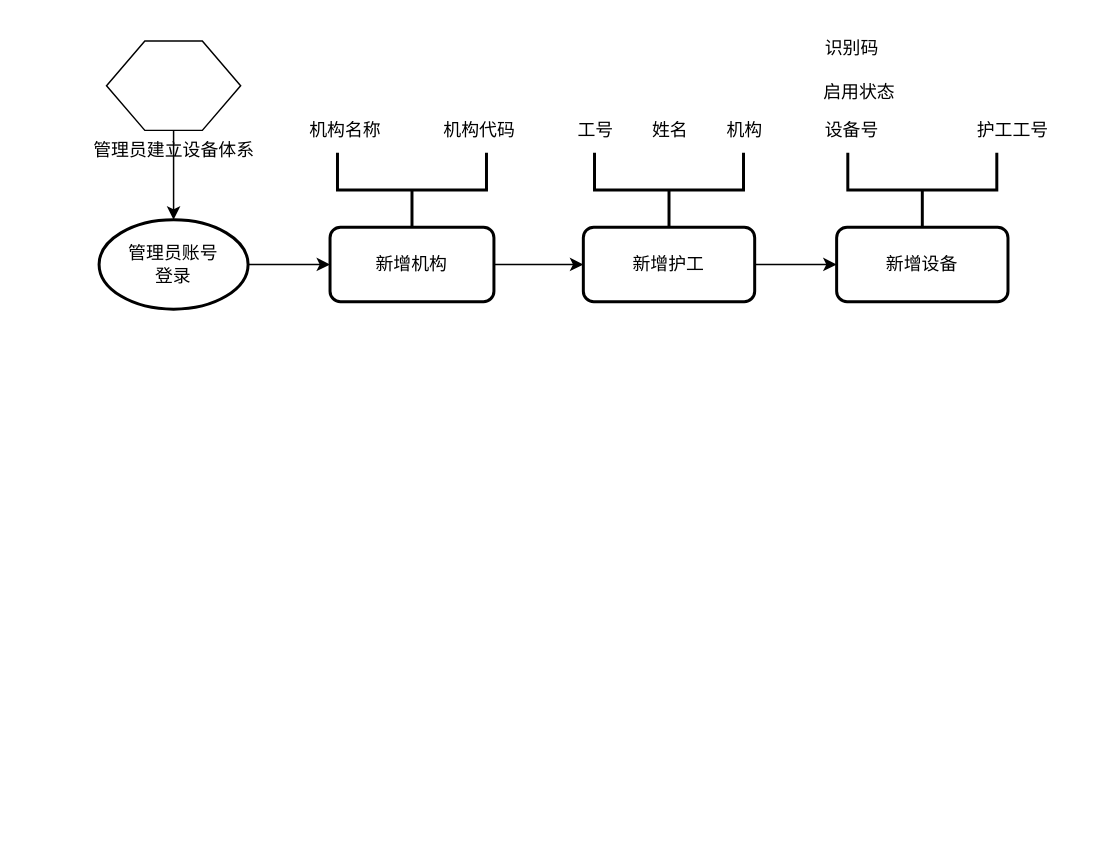
This is 雷达.drawio from star-devil/diagramsFiles, a draw.io file, before an edit. Source tidied: cells renumbered, new cells numbered last; positions are measured from the earlier drawing's top-left corner, leaving out a move shared by most shapes. Both pictures are drawn from the tidied source at 149%, with x=0, y=0 at pixel (98, 25).
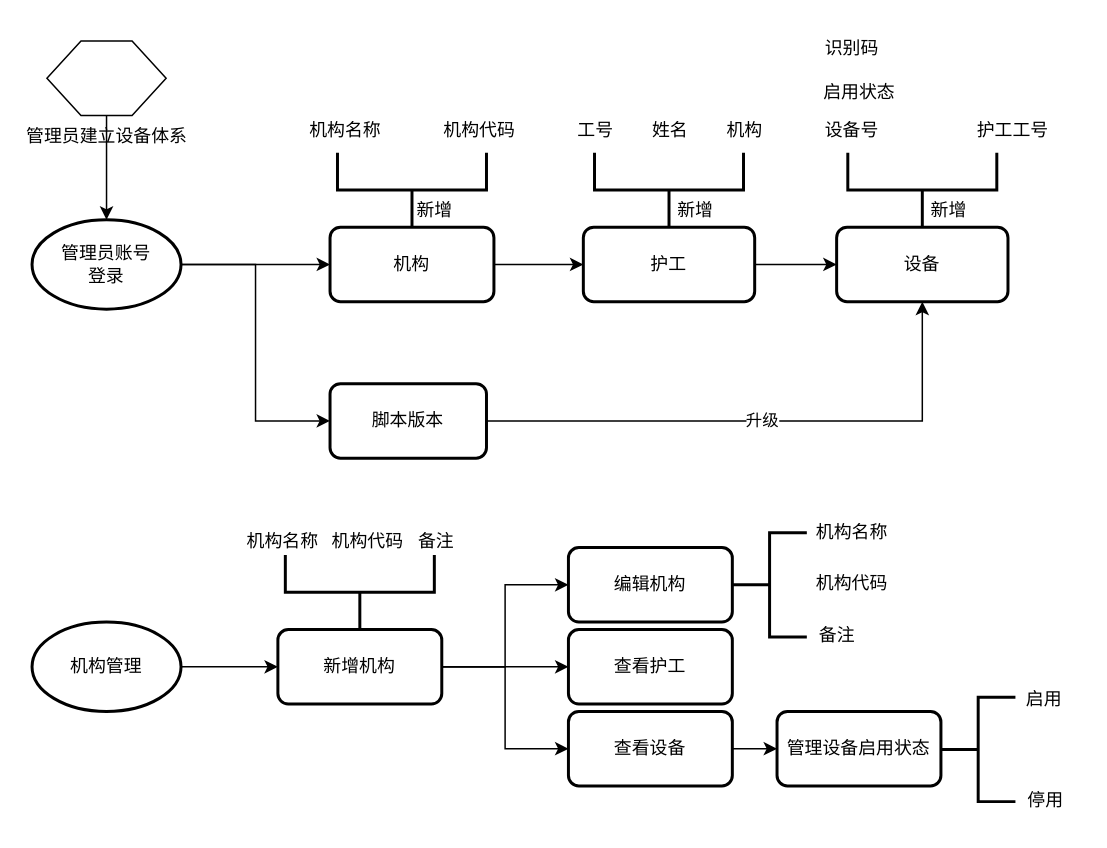
The same diagram, later.

What changed in the source:
```diff
@@
+    <mxCell id="23" style="edgeStyle=orthogonalEdgeStyle;rounded=0;jettySize=auto;html=1;exitX=1;exitY=0.5;exitDx=0;exitDy=0;exitPerimeter=0;entryX=0;entryY=0.5;entryDx=0;entryDy=0;" parent="1" edge="1" source="3" target="26">
+      <mxGeometry relative="1" as="geometry" />
+    </mxCell>
     <mxCell id="3" value="管理员账号&lt;br&gt;登录" style="strokeWidth=2;html=1;shape=mxgraph.flowchart.start_1;whiteSpace=wrap;" parent="1" vertex="1">
-      <mxGeometry y="130" width="100" height="60" as="geometry" />
+      <mxGeometry x="-45" y="130" width="100" height="60" as="geometry" />
     </mxCell>
@@
-    <mxCell id="5" value="新增机构" style="rounded=1;whiteSpace=wrap;html=1;absoluteArcSize=1;arcSize=14;strokeWidth=2;" parent="1" vertex="1">
+    <mxCell id="5" value="机构" style="rounded=1;whiteSpace=wrap;html=1;absoluteArcSize=1;arcSize=14;strokeWidth=2;" parent="1" vertex="1">
       <mxGeometry x="155" y="135" width="110" height="50" as="geometry" />
     </mxCell>
@@
     <mxCell id="7" value="管理员建立设备体系" style="verticalLabelPosition=bottom;verticalAlign=top;html=1;shape=hexagon;perimeter=hexagonPerimeter2;arcSize=6;size=0.2857142857142857;" parent="1" vertex="1">
-      <mxGeometry x="5" y="10" width="90" height="60" as="geometry" />
+      <mxGeometry x="-35" y="10" width="80" height="50" as="geometry" />
     </mxCell>
@@
-    <mxCell id="9" value="新增护工" style="whiteSpace=wrap;html=1;rounded=1;arcSize=14;strokeWidth=2;" parent="1" vertex="1">
+    <mxCell id="9" value="护工" style="whiteSpace=wrap;html=1;rounded=1;arcSize=14;strokeWidth=2;" parent="1" vertex="1">
       <mxGeometry x="325" y="135" width="115" height="50" as="geometry" />
     </mxCell>
@@
-    <mxCell id="13" value="新增设备" style="whiteSpace=wrap;html=1;rounded=1;arcSize=14;strokeWidth=2;" parent="1" vertex="1">
+    <mxCell id="13" value="设备" style="whiteSpace=wrap;html=1;rounded=1;arcSize=14;strokeWidth=2;" parent="1" vertex="1">
       <mxGeometry x="495" y="135" width="115" height="50" as="geometry" />
     </mxCell>
@@
+    <mxCell id="24" style="edgeStyle=orthogonalEdgeStyle;rounded=0;jettySize=auto;html=1;exitX=1;exitY=0.5;exitDx=0;exitDy=0;entryX=0.5;entryY=1;entryDx=0;entryDy=0;" parent="1" edge="1" source="26" target="13">
+      <mxGeometry relative="1" as="geometry" />
+    </mxCell>
+    <mxCell id="25" value="升级" style="edgeLabel;html=1;align=center;verticalAlign=middle;" parent="24" vertex="1">
+      <mxGeometry x="-0.01" y="1" relative="1" as="geometry" />
+    </mxCell>
+    <mxCell id="26" value="脚本版本" style="whiteSpace=wrap;html=1;rounded=1;arcSize=14;strokeWidth=2;" parent="1" vertex="1">
+      <mxGeometry x="155" y="240" width="105" height="50" as="geometry" />
+    </mxCell>
+    <mxCell id="27" value="新增" style="text;html=1;align=center;verticalAlign=middle;strokeColor=none;fillColor=none;" parent="1" vertex="1">
+      <mxGeometry x="200" y="109" width="50" height="30" as="geometry" />
+    </mxCell>
+    <mxCell id="28" value="新增" style="text;html=1;align=center;verticalAlign=middle;strokeColor=none;fillColor=none;" parent="1" vertex="1">
+      <mxGeometry x="375" y="109" width="50" height="30" as="geometry" />
+    </mxCell>
+    <mxCell id="29" value="新增" style="text;html=1;align=center;verticalAlign=middle;strokeColor=none;fillColor=none;" parent="1" vertex="1">
+      <mxGeometry x="545" y="109" width="50" height="30" as="geometry" />
+    </mxCell>
+    <mxCell id="30" style="edgeStyle=orthogonalEdgeStyle;rounded=0;jettySize=auto;html=1;exitX=1;exitY=0.5;exitDx=0;exitDy=0;exitPerimeter=0;entryX=0;entryY=0.5;entryDx=0;entryDy=0;" parent="1" edge="1" source="31" target="35">
+      <mxGeometry relative="1" as="geometry" />
+    </mxCell>
+    <mxCell id="31" value="机构管理" style="strokeWidth=2;html=1;shape=mxgraph.flowchart.start_1;whiteSpace=wrap;" parent="1" vertex="1">
+      <mxGeometry x="-45" y="400" width="100" height="60" as="geometry" />
+    </mxCell>
+    <mxCell id="32" style="edgeStyle=orthogonalEdgeStyle;rounded=0;jettySize=auto;html=1;exitX=1;exitY=0.5;exitDx=0;exitDy=0;entryX=0;entryY=0.5;entryDx=0;entryDy=0;" parent="1" edge="1" source="35" target="36">
+      <mxGeometry relative="1" as="geometry" />
+    </mxCell>
+    <mxCell id="33" style="edgeStyle=orthogonalEdgeStyle;rounded=0;jettySize=auto;html=1;exitX=1;exitY=0.5;exitDx=0;exitDy=0;entryX=0;entryY=0.5;entryDx=0;entryDy=0;" parent="1" edge="1" source="35" target="40">
+      <mxGeometry relative="1" as="geometry" />
+    </mxCell>
+    <mxCell id="34" style="edgeStyle=orthogonalEdgeStyle;rounded=0;jettySize=auto;html=1;exitX=1;exitY=0.5;exitDx=0;exitDy=0;entryX=0;entryY=0.5;entryDx=0;entryDy=0;" parent="1" edge="1" source="35" target="42">
+      <mxGeometry relative="1" as="geometry" />
+    </mxCell>
+    <mxCell id="35" value="新增机构" style="rounded=1;whiteSpace=wrap;html=1;absoluteArcSize=1;arcSize=14;strokeWidth=2;" parent="1" vertex="1">
+      <mxGeometry x="120" y="405" width="110" height="50" as="geometry" />
+    </mxCell>
+    <mxCell id="36" value="编辑机构" style="rounded=1;whiteSpace=wrap;html=1;absoluteArcSize=1;arcSize=14;strokeWidth=2;" parent="1" vertex="1">
+      <mxGeometry x="315" y="350" width="110" height="50" as="geometry" />
+    </mxCell>
+    <mxCell id="37" style="strokeWidth=2;html=1;shape=mxgraph.flowchart.annotation_2;align=left;labelPosition=right;rotation=-90;" parent="1" vertex="1">
+      <mxGeometry x="150" y="330" width="50" height="100" as="geometry" />
+    </mxCell>
+    <mxCell id="38" value="机构名称" style="text;html=1;align=center;verticalAlign=middle;strokeColor=none;fillColor=none;" parent="1" vertex="1">
+      <mxGeometry x="88" y="331" width="70" height="30" as="geometry" />
+    </mxCell>
+    <mxCell id="39" value="机构代码" style="text;html=1;align=center;verticalAlign=middle;strokeColor=none;fillColor=none;" parent="1" vertex="1">
+      <mxGeometry x="145" y="331" width="70" height="30" as="geometry" />
+    </mxCell>
+    <mxCell id="40" value="查看护工" style="rounded=1;whiteSpace=wrap;html=1;absoluteArcSize=1;arcSize=14;strokeWidth=2;" parent="1" vertex="1">
+      <mxGeometry x="315" y="405" width="110" height="50" as="geometry" />
+    </mxCell>
+    <mxCell id="41" style="edgeStyle=orthogonalEdgeStyle;rounded=0;jettySize=auto;html=1;exitX=1;exitY=0.5;exitDx=0;exitDy=0;entryX=0;entryY=0.5;entryDx=0;entryDy=0;" parent="1" edge="1" source="42" target="48">
+      <mxGeometry relative="1" as="geometry" />
+    </mxCell>
+    <mxCell id="42" value="查看设备" style="rounded=1;whiteSpace=wrap;html=1;absoluteArcSize=1;arcSize=14;strokeWidth=2;" parent="1" vertex="1">
+      <mxGeometry x="315" y="460" width="110" height="50" as="geometry" />
+    </mxCell>
+    <mxCell id="43" style="strokeWidth=2;html=1;shape=mxgraph.flowchart.annotation_2;align=left;labelPosition=right;rotation=0;" parent="1" vertex="1">
+      <mxGeometry x="425" y="340" width="50" height="70" as="geometry" />
+    </mxCell>
+    <mxCell id="44" value="机构名称" style="text;html=1;align=center;verticalAlign=middle;strokeColor=none;fillColor=none;" parent="1" vertex="1">
+      <mxGeometry x="470" y="325" width="70" height="30" as="geometry" />
+    </mxCell>
+    <mxCell id="45" value="机构代码" style="text;html=1;align=center;verticalAlign=middle;strokeColor=none;fillColor=none;" parent="1" vertex="1">
+      <mxGeometry x="470" y="359" width="70" height="30" as="geometry" />
+    </mxCell>
+    <mxCell id="46" value="备注" style="text;html=1;align=center;verticalAlign=middle;strokeColor=none;fillColor=none;" parent="1" vertex="1">
+      <mxGeometry x="201" y="331" width="50" height="30" as="geometry" />
+    </mxCell>
+    <mxCell id="47" value="备注" style="text;html=1;align=center;verticalAlign=middle;strokeColor=none;fillColor=none;" parent="1" vertex="1">
+      <mxGeometry x="470" y="394" width="50" height="30" as="geometry" />
+    </mxCell>
+    <mxCell id="48" value="管理设备启用状态" style="rounded=1;whiteSpace=wrap;html=1;absoluteArcSize=1;arcSize=14;strokeWidth=2;" parent="1" vertex="1">
+      <mxGeometry x="455" y="460" width="110" height="50" as="geometry" />
+    </mxCell>
+    <mxCell id="49" style="strokeWidth=2;html=1;shape=mxgraph.flowchart.annotation_2;align=left;labelPosition=right;rotation=0;" parent="1" vertex="1">
+      <mxGeometry x="565" y="450.5" width="50" height="70" as="geometry" />
+    </mxCell>
+    <mxCell id="50" value="启用" style="text;html=1;align=center;verticalAlign=middle;strokeColor=none;fillColor=none;" parent="1" vertex="1">
+      <mxGeometry x="609" y="437" width="50" height="30" as="geometry" />
+    </mxCell>
+    <mxCell id="51" value="停用" style="text;html=1;align=center;verticalAlign=middle;strokeColor=none;fillColor=none;" parent="1" vertex="1">
+      <mxGeometry x="610" y="504.5" width="50" height="30" as="geometry" />
+    </mxCell>
```
